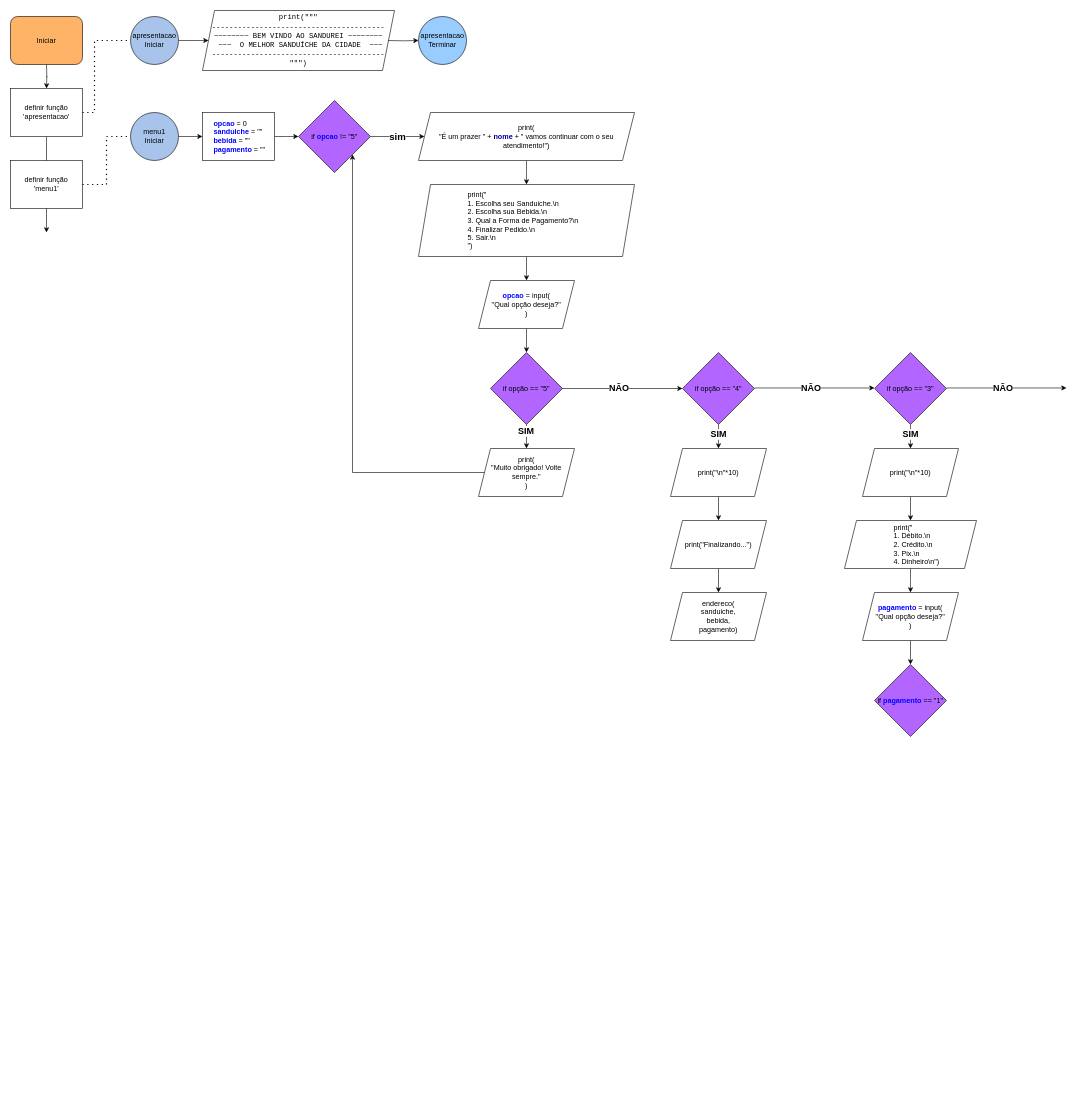
Above: Projeto 1/fluxo.drawio in alsantosad/SENAC_RESILIA_ANALISE_DE_DADOS (draw.io), before the change. Source tidied: cells renumbered, new cells numbered last; positions are measured from the earlier drawing's top-left corner, leaving out a move shared by most shapes. Both pictures are drawn from the tidied source at 60%, with x=0, y=0 at pixel (10, 10).
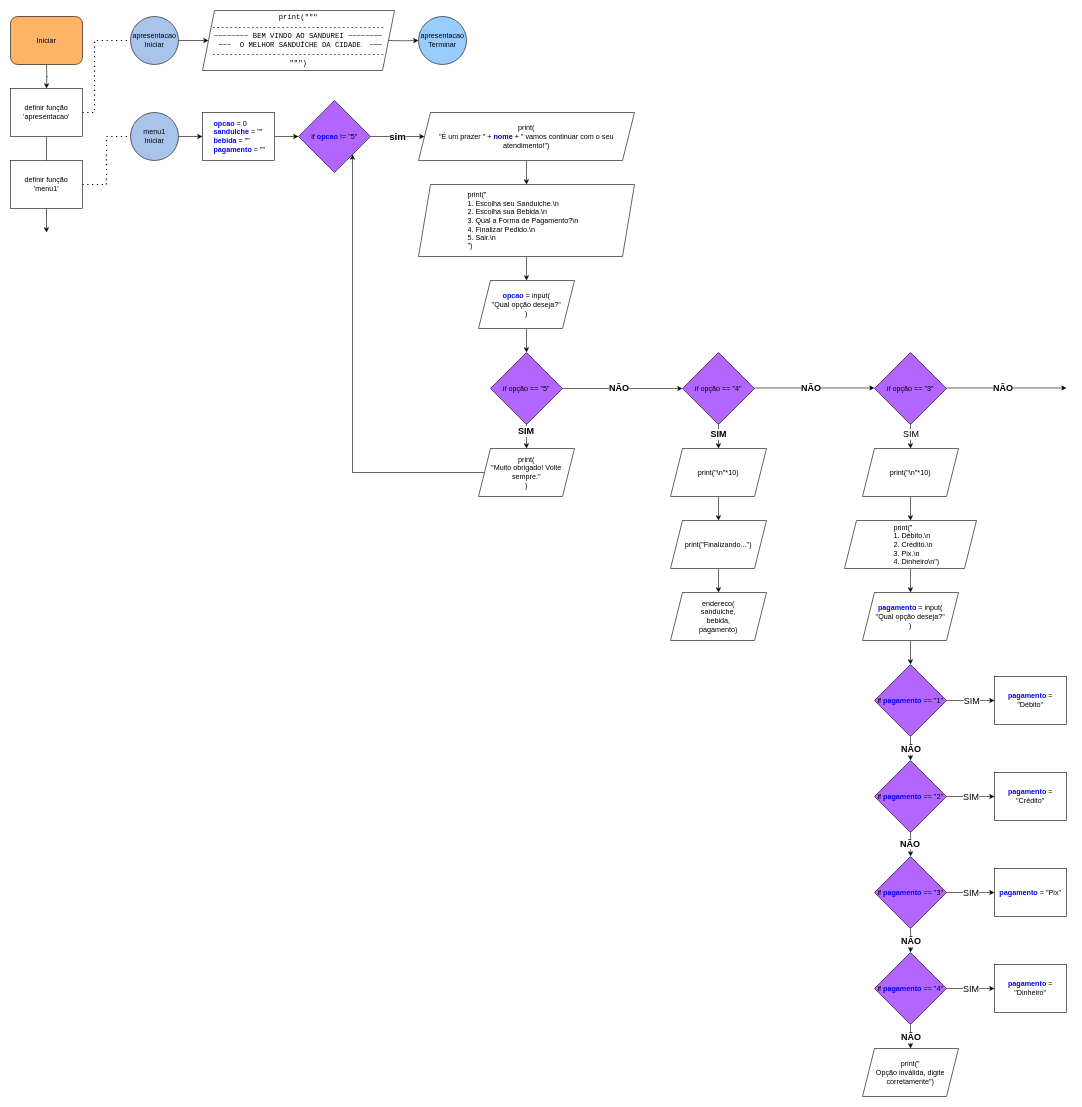
The same page after the edit.

The change refers to these unchanged cells:
```xml
<mxCell id="44" style="edgeStyle=orthogonalEdgeStyle;rounded=0;jettySize=auto;html=1;" parent="1" edge="1" source="46">
  <mxGeometry relative="1" as="geometry">
    <mxPoint x="1500" y="730" as="targetPoint" />
  </mxGeometry>
</mxCell>
<mxCell id="55" value="if&amp;nbsp;&lt;font style=&quot;font-weight: bold;&quot; color=&quot;#0000ff&quot;&gt;pagamento &lt;/font&gt;== &quot;1&quot;" style="rhombus;whiteSpace=wrap;html=1;fillColor=#B266FF;strokeColor=#000000;" parent="1" vertex="1">
  <mxGeometry x="1440" y="1090" width="120" height="120" as="geometry" />
</mxCell>
```

Change to the diagram source:
```diff
@@
-    <mxCell id="45" value="&lt;font style=&quot;font-size: 15px;&quot;&gt;&lt;b&gt;SIM&lt;/b&gt;&lt;/font&gt;" style="edgeLabel;html=1;align=center;verticalAlign=middle;" parent="44" vertex="1">
-      <mxGeometry x="-0.24" y="-1" relative="1" as="geometry" />
+    <mxCell id="45" value="&lt;font style=&quot;font-size: 15px;&quot;&gt;&lt;span&gt;SIM&lt;/span&gt;&lt;/font&gt;" style="edgeLabel;html=1;align=center;verticalAlign=middle;fontStyle=0;" parent="44" vertex="1">
+      <mxGeometry x="-0.24" y="-1" relative="1" as="geometry">
+        <mxPoint x="1" as="offset" />
+      </mxGeometry>
     </mxCell>
@@
+    <mxCell id="56" style="edgeStyle=orthogonalEdgeStyle;rounded=0;jettySize=auto;html=1;" parent="1" edge="1" source="55" target="59">
+      <mxGeometry relative="1" as="geometry" />
+    </mxCell>
+    <mxCell id="57" value="&lt;font style=&quot;font-size: 15px;&quot;&gt;SIM&lt;/font&gt;" style="edgeLabel;html=1;align=center;verticalAlign=middle;" parent="56" vertex="1">
+      <mxGeometry x="0.06" relative="1" as="geometry">
+        <mxPoint x="-1" as="offset" />
+      </mxGeometry>
+    </mxCell>
+    <mxCell id="58" style="edgeStyle=orthogonalEdgeStyle;rounded=0;jettySize=auto;html=1;" parent="1" edge="1" source="55" target="60">
+      <mxGeometry relative="1" as="geometry" />
+    </mxCell>
@@
+    <mxCell id="59" value="&lt;font style=&quot;border-color: var(--border-color); font-weight: bold;&quot; color=&quot;#0000ff&quot;&gt;pagamento&amp;nbsp;&lt;/font&gt;= &quot;Débito&quot;" style="rounded=0;whiteSpace=wrap;html=1;" parent="1" vertex="1">
+      <mxGeometry x="1640" y="1110" width="120" height="80" as="geometry" />
+    </mxCell>
+    <mxCell id="60" value="if&amp;nbsp;&lt;font style=&quot;font-weight: bold;&quot; color=&quot;#0000ff&quot;&gt;pagamento &lt;/font&gt;== &quot;2&quot;" style="rhombus;whiteSpace=wrap;html=1;fillColor=#B266FF;strokeColor=#000000;" parent="1" vertex="1">
+      <mxGeometry x="1440" y="1250" width="120" height="120" as="geometry" />
+    </mxCell>
+    <mxCell id="61" style="edgeStyle=orthogonalEdgeStyle;rounded=0;jettySize=auto;html=1;exitX=1;exitY=0.5;exitDx=0;exitDy=0;" parent="1" edge="1" source="60">
+      <mxGeometry relative="1" as="geometry">
+        <mxPoint x="1640" y="1310" as="targetPoint" />
+      </mxGeometry>
+    </mxCell>
+    <mxCell id="62" value="&lt;font style=&quot;font-size: 15px;&quot;&gt;SIM&lt;/font&gt;" style="edgeLabel;html=1;align=center;verticalAlign=middle;" parent="61" vertex="1">
+      <mxGeometry x="-0.01" y="1" relative="1" as="geometry">
+        <mxPoint x="-1" y="-1" as="offset" />
+      </mxGeometry>
+    </mxCell>
+    <mxCell id="63" style="edgeStyle=orthogonalEdgeStyle;rounded=0;jettySize=auto;html=1;" parent="1" edge="1" target="64">
+      <mxGeometry relative="1" as="geometry">
+        <mxPoint x="1500" y="1370" as="sourcePoint" />
+      </mxGeometry>
+    </mxCell>
+    <mxCell id="64" value="if&amp;nbsp;&lt;font style=&quot;font-weight: bold;&quot; color=&quot;#0000ff&quot;&gt;pagamento &lt;/font&gt;== &quot;3&quot;" style="rhombus;whiteSpace=wrap;html=1;fillColor=#B266FF;strokeColor=#000000;" parent="1" vertex="1">
+      <mxGeometry x="1440" y="1410" width="120" height="120" as="geometry" />
+    </mxCell>
+    <mxCell id="65" style="edgeStyle=orthogonalEdgeStyle;rounded=0;jettySize=auto;html=1;exitX=1;exitY=0.5;exitDx=0;exitDy=0;" parent="1" edge="1" source="64">
+      <mxGeometry relative="1" as="geometry">
+        <mxPoint x="1640" y="1470" as="targetPoint" />
+      </mxGeometry>
+    </mxCell>
+    <mxCell id="66" style="edgeStyle=orthogonalEdgeStyle;rounded=0;jettySize=auto;html=1;" parent="1" edge="1" target="68">
+      <mxGeometry relative="1" as="geometry">
+        <mxPoint x="1500" y="1530" as="sourcePoint" />
+      </mxGeometry>
+    </mxCell>
+    <mxCell id="67" style="edgeStyle=orthogonalEdgeStyle;rounded=0;jettySize=auto;html=1;" parent="1" edge="1" source="68" target="79">
+      <mxGeometry relative="1" as="geometry" />
+    </mxCell>
+    <mxCell id="68" value="if&amp;nbsp;&lt;font style=&quot;font-weight: bold;&quot; color=&quot;#0000ff&quot;&gt;pagamento &lt;/font&gt;== &quot;4&quot;" style="rhombus;whiteSpace=wrap;html=1;fillColor=#B266FF;strokeColor=#000000;" parent="1" vertex="1">
+      <mxGeometry x="1440" y="1570" width="120" height="120" as="geometry" />
+    </mxCell>
+    <mxCell id="69" style="edgeStyle=orthogonalEdgeStyle;rounded=0;jettySize=auto;html=1;exitX=1;exitY=0.5;exitDx=0;exitDy=0;" parent="1" edge="1" source="68">
+      <mxGeometry relative="1" as="geometry">
+        <mxPoint x="1640" y="1630" as="targetPoint" />
+      </mxGeometry>
+    </mxCell>
+    <mxCell id="70" value="&lt;font style=&quot;border-color: var(--border-color); font-weight: bold;&quot; color=&quot;#0000ff&quot;&gt;pagamento&amp;nbsp;&lt;/font&gt;= &quot;Crédito&quot;" style="rounded=0;whiteSpace=wrap;html=1;" parent="1" vertex="1">
+      <mxGeometry x="1640" y="1270" width="120" height="80" as="geometry" />
+    </mxCell>
+    <mxCell id="71" value="&lt;font style=&quot;border-color: var(--border-color); font-weight: bold;&quot; color=&quot;#0000ff&quot;&gt;pagamento&amp;nbsp;&lt;/font&gt;= &quot;Pix&quot;" style="rounded=0;whiteSpace=wrap;html=1;" parent="1" vertex="1">
+      <mxGeometry x="1640" y="1430" width="120" height="80" as="geometry" />
+    </mxCell>
+    <mxCell id="72" value="&lt;font style=&quot;border-color: var(--border-color); font-weight: bold;&quot; color=&quot;#0000ff&quot;&gt;pagamento&amp;nbsp;&lt;/font&gt;= &quot;Dinheiro&quot;" style="rounded=0;whiteSpace=wrap;html=1;" parent="1" vertex="1">
+      <mxGeometry x="1640" y="1590" width="120" height="80" as="geometry" />
+    </mxCell>
+    <mxCell id="73" value="&lt;font style=&quot;font-size: 15px;&quot;&gt;SIM&lt;/font&gt;" style="edgeLabel;html=1;align=center;verticalAlign=middle;" parent="1" vertex="1">
+      <mxGeometry x="1600" y="1470" as="geometry" />
+    </mxCell>
+    <mxCell id="74" value="&lt;font style=&quot;font-size: 15px;&quot;&gt;SIM&lt;/font&gt;" style="edgeLabel;html=1;align=center;verticalAlign=middle;" parent="1" vertex="1">
+      <mxGeometry x="1600" y="1630" as="geometry" />
+    </mxCell>
+    <mxCell id="75" value="&lt;b&gt;&lt;font style=&quot;font-size: 15px;&quot;&gt;NÃO&lt;/font&gt;&lt;/b&gt;" style="edgeLabel;html=1;align=center;verticalAlign=middle;" parent="1" vertex="1">
+      <mxGeometry x="1500" y="1230" as="geometry" />
+    </mxCell>
+    <mxCell id="76" value="&lt;b&gt;&lt;font style=&quot;font-size: 15px;&quot;&gt;NÃO&lt;/font&gt;&lt;/b&gt;" style="edgeLabel;html=1;align=center;verticalAlign=middle;" parent="1" vertex="1">
+      <mxGeometry x="1420" y="1270" as="geometry">
+        <mxPoint x="78" y="118" as="offset" />
+      </mxGeometry>
+    </mxCell>
+    <mxCell id="77" value="&lt;b&gt;&lt;font style=&quot;font-size: 15px;&quot;&gt;NÃO&lt;/font&gt;&lt;/b&gt;" style="edgeLabel;html=1;align=center;verticalAlign=middle;" parent="1" vertex="1">
+      <mxGeometry x="1500" y="1550" as="geometry" />
+    </mxCell>
+    <mxCell id="78" value="&lt;b&gt;&lt;font style=&quot;font-size: 15px;&quot;&gt;NÃO&lt;/font&gt;&lt;/b&gt;" style="edgeLabel;html=1;align=center;verticalAlign=middle;" parent="1" vertex="1">
+      <mxGeometry x="1500" y="1710" as="geometry" />
+    </mxCell>
+    <mxCell id="79" value="print(&quot;&lt;br&gt;Opção inválida, digite corretamente&quot;)" style="whiteSpace=wrap;html=1;fillColor=#FFFFFF;strokeColor=#000000;shape=parallelogram;perimeter=parallelogramPerimeter;fixedSize=1;" parent="1" vertex="1">
+      <mxGeometry x="1420" y="1730" width="160" height="80" as="geometry" />
+    </mxCell>
```
